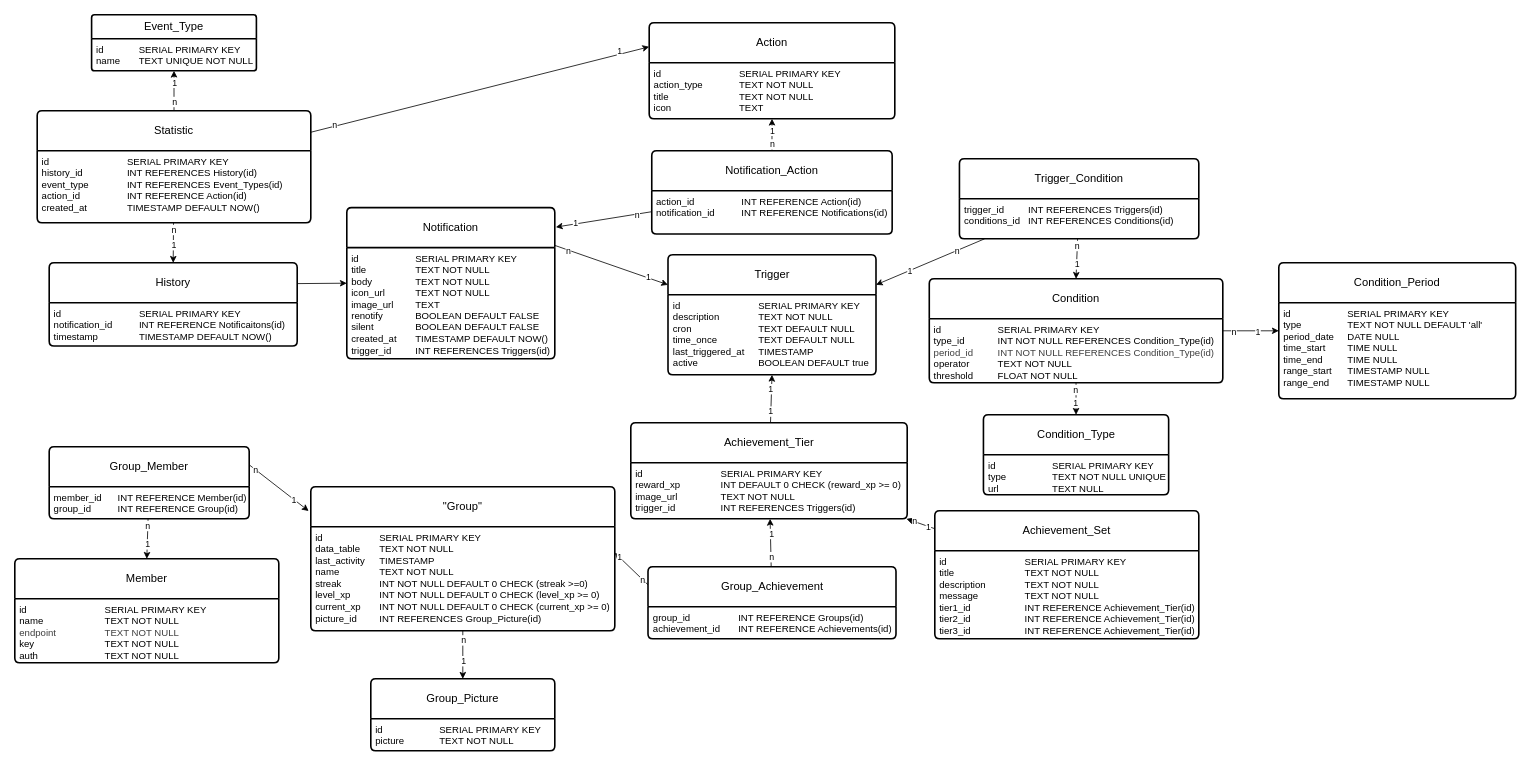
This is Database/docs/database_construction.drawio from olHannes/WebPush-Docs, a draw.io file, before an edit. Source tidied: cells renumbered, new cells numbered last; positions are measured from the earlier drawing's top-left corner, leaving out a move shared by most shapes. Both pictures are drawn from the tidied source at 80%, with x=0, y=0 at pixel (14, 14).
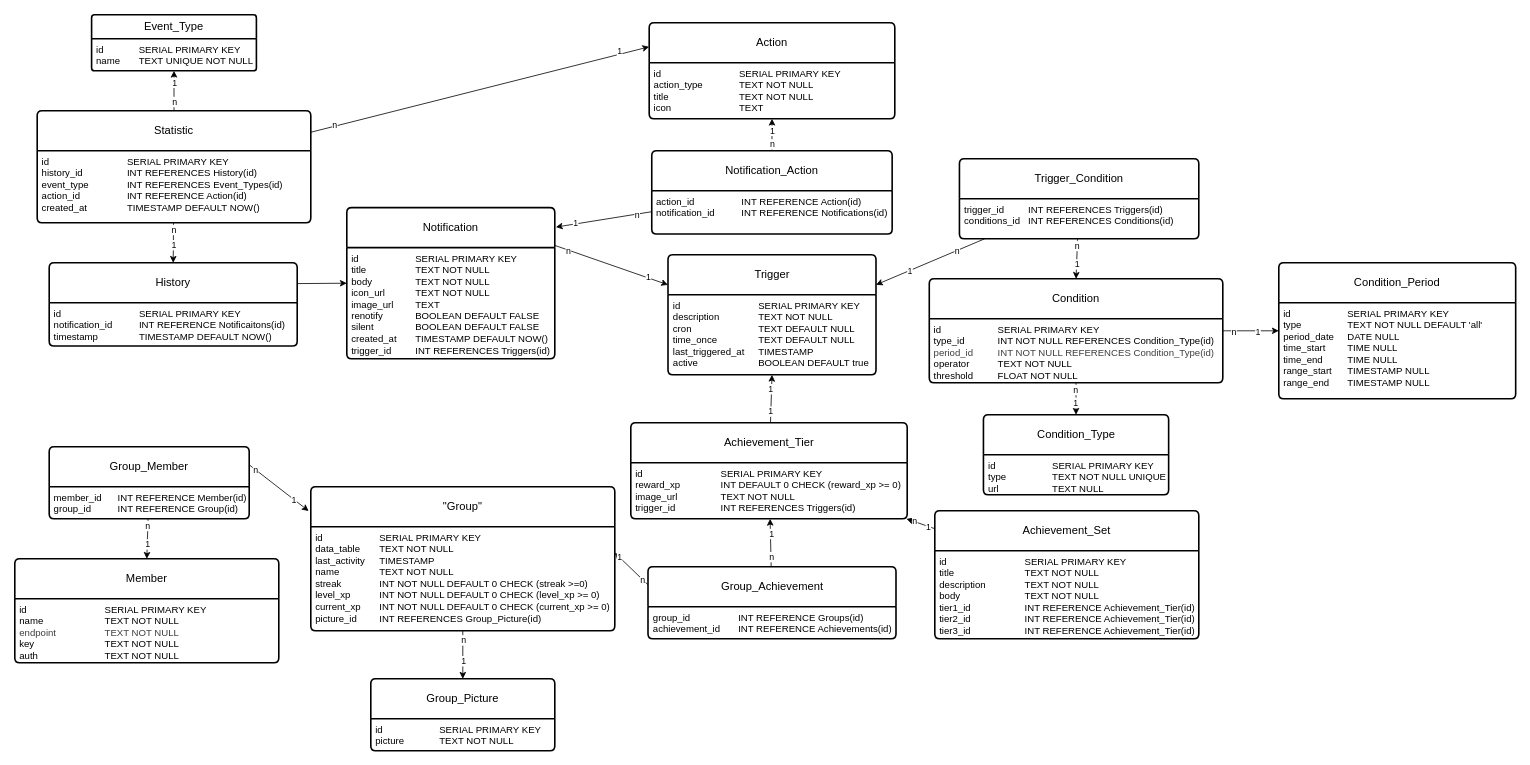
The same page after the edit.

Commit message (it also covers changes not shown here):
rename message into body

Unchanged cells that the change refers to:
```xml
<mxCell id="83" value="Achievement_Set" style="swimlane;horizontal=1;startSize=50;rounded=1;fontSize=14;fontStyle=0;strokeWidth=2;shadow=0;dashed=0;align=center;arcSize=4;whiteSpace=wrap;html=1;" parent="1" vertex="1">
  <mxGeometry x="1150" y="620" width="330" height="160" as="geometry" />
</mxCell>
```

The edit, as a diff of the source:
```diff
@@
-    <mxCell id="84" value="id&lt;span style=&quot;white-space: pre;&quot;&gt;&#9;&lt;/span&gt;&lt;span style=&quot;white-space: pre;&quot;&gt;&#9;&lt;/span&gt;&lt;span style=&quot;white-space: pre;&quot;&gt;&#9;&lt;span style=&quot;white-space: pre;&quot;&gt;&#9;&lt;/span&gt;&lt;/span&gt;SERIAL PRIMARY KEY&lt;div&gt;&lt;font color=&quot;#000000&quot;&gt;title&lt;span style=&quot;white-space: pre;&quot;&gt;&#9;&lt;/span&gt;&lt;span style=&quot;white-space: pre;&quot;&gt;&#9;&lt;/span&gt;&lt;span style=&quot;white-space: pre;&quot;&gt;&#9;&lt;/span&gt;&lt;span style=&quot;white-space: pre;&quot;&gt;&#9;&lt;/span&gt;TEXT NOT NULL&lt;/font&gt;&lt;/div&gt;&lt;div&gt;&lt;font color=&quot;#000000&quot;&gt;description&lt;span style=&quot;white-space: pre;&quot;&gt;&#9;&lt;/span&gt;&lt;span style=&quot;white-space: pre;&quot;&gt;&#9;&lt;/span&gt;TEXT NOT NULL&lt;/font&gt;&lt;/div&gt;&lt;div&gt;&lt;font color=&quot;#000000&quot;&gt;message&lt;span style=&quot;white-space: pre;&quot;&gt;&#9;&lt;/span&gt;&lt;span style=&quot;white-space: pre;&quot;&gt;&#9;&lt;/span&gt;&lt;span style=&quot;white-space: pre;&quot;&gt;&#9;&lt;/span&gt;TEXT NOT NULL&lt;/font&gt;&lt;/div&gt;&lt;div&gt;&lt;font color=&quot;#000000&quot;&gt;tier1_id&lt;span style=&quot;white-space: pre;&quot;&gt;&#9;&lt;/span&gt;&lt;span style=&quot;white-space: pre;&quot;&gt;&#9;&lt;/span&gt;&lt;span style=&quot;white-space: pre;&quot;&gt;&#9;&lt;/span&gt;INT REFERENCE Achievement_Tier(id)&lt;/font&gt;&lt;/div&gt;&lt;div&gt;&lt;font color=&quot;#000000&quot;&gt;tier2_id&lt;span style=&quot;white-space: pre;&quot;&gt;&#9;&lt;/span&gt;&lt;span style=&quot;white-space: pre;&quot;&gt;&#9;&lt;/span&gt;&lt;span style=&quot;white-space: pre;&quot;&gt;&#9;&lt;/span&gt;INT REFERENCE Achievement_Tier(id)&lt;/font&gt;&lt;/div&gt;&lt;div&gt;&lt;font color=&quot;#000000&quot;&gt;tier3_id&lt;span style=&quot;white-space: pre;&quot;&gt;&#9;&lt;/span&gt;&lt;span style=&quot;white-space: pre;&quot;&gt;&#9;&lt;/span&gt;&lt;span style=&quot;white-space: pre;&quot;&gt;&#9;&lt;/span&gt;INT REFERENCE Achievement_Tier(id)&lt;/font&gt;&lt;/div&gt;" style="align=left;strokeColor=none;fillColor=none;spacingLeft=4;fontSize=12;verticalAlign=top;html=1;" parent="83" vertex="1">
+    <mxCell id="84" value="id&lt;span style=&quot;white-space: pre;&quot;&gt;&#9;&lt;/span&gt;&lt;span style=&quot;white-space: pre;&quot;&gt;&#9;&lt;/span&gt;&lt;span style=&quot;white-space: pre;&quot;&gt;&#9;&lt;span style=&quot;white-space: pre;&quot;&gt;&#9;&lt;/span&gt;&lt;/span&gt;SERIAL PRIMARY KEY&lt;div&gt;&lt;font color=&quot;#000000&quot;&gt;title&lt;span style=&quot;white-space: pre;&quot;&gt;&#9;&lt;/span&gt;&lt;span style=&quot;white-space: pre;&quot;&gt;&#9;&lt;/span&gt;&lt;span style=&quot;white-space: pre;&quot;&gt;&#9;&lt;/span&gt;&lt;span style=&quot;white-space: pre;&quot;&gt;&#9;&lt;/span&gt;TEXT NOT NULL&lt;/font&gt;&lt;/div&gt;&lt;div&gt;&lt;font color=&quot;#000000&quot;&gt;description&lt;span style=&quot;white-space: pre;&quot;&gt;&#9;&lt;/span&gt;&lt;span style=&quot;white-space: pre;&quot;&gt;&#9;&lt;/span&gt;TEXT NOT NULL&lt;/font&gt;&lt;/div&gt;&lt;div&gt;&lt;font color=&quot;#000000&quot;&gt;body&lt;span style=&quot;white-space: pre;&quot;&gt;&#9;&lt;/span&gt;&lt;span style=&quot;white-space: pre;&quot;&gt;&#9;&lt;/span&gt;&lt;span style=&quot;white-space: pre;&quot;&gt;&#9;&lt;/span&gt;TEXT NOT NULL&lt;/font&gt;&lt;/div&gt;&lt;div&gt;&lt;font color=&quot;#000000&quot;&gt;tier1_id&lt;span style=&quot;white-space: pre;&quot;&gt;&#9;&lt;/span&gt;&lt;span style=&quot;white-space: pre;&quot;&gt;&#9;&lt;/span&gt;&lt;span style=&quot;white-space: pre;&quot;&gt;&#9;&lt;/span&gt;INT REFERENCE Achievement_Tier(id)&lt;/font&gt;&lt;/div&gt;&lt;div&gt;&lt;font color=&quot;#000000&quot;&gt;tier2_id&lt;span style=&quot;white-space: pre;&quot;&gt;&#9;&lt;/span&gt;&lt;span style=&quot;white-space: pre;&quot;&gt;&#9;&lt;/span&gt;&lt;span style=&quot;white-space: pre;&quot;&gt;&#9;&lt;/span&gt;INT REFERENCE Achievement_Tier(id)&lt;/font&gt;&lt;/div&gt;&lt;div&gt;&lt;font color=&quot;#000000&quot;&gt;tier3_id&lt;span style=&quot;white-space: pre;&quot;&gt;&#9;&lt;/span&gt;&lt;span style=&quot;white-space: pre;&quot;&gt;&#9;&lt;/span&gt;&lt;span style=&quot;white-space: pre;&quot;&gt;&#9;&lt;/span&gt;INT REFERENCE Achievement_Tier(id)&lt;/font&gt;&lt;/div&gt;" style="align=left;strokeColor=none;fillColor=none;spacingLeft=4;fontSize=12;verticalAlign=top;html=1;" parent="83" vertex="1">
       <mxGeometry y="50" width="330" height="110" as="geometry" />
     </mxCell>
```
